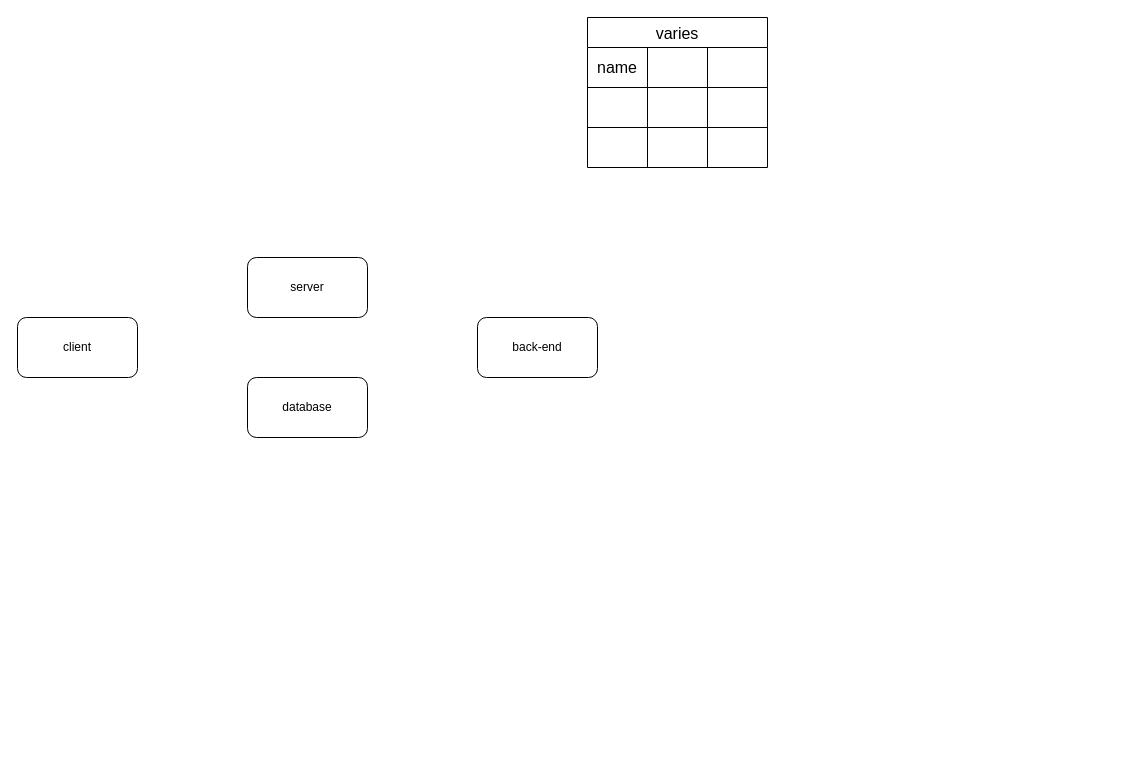
The draw.io diagram all/exun.drawio in musicleaf/iodraw-files, before the edit. Source tidied: cells renumbered, new cells numbered last; positions are measured from the earlier drawing's top-left corner, leaving out a move shared by most shapes. Both pictures are drawn from the tidied source at 100%, with x=0, y=0 at pixel (17, 17).
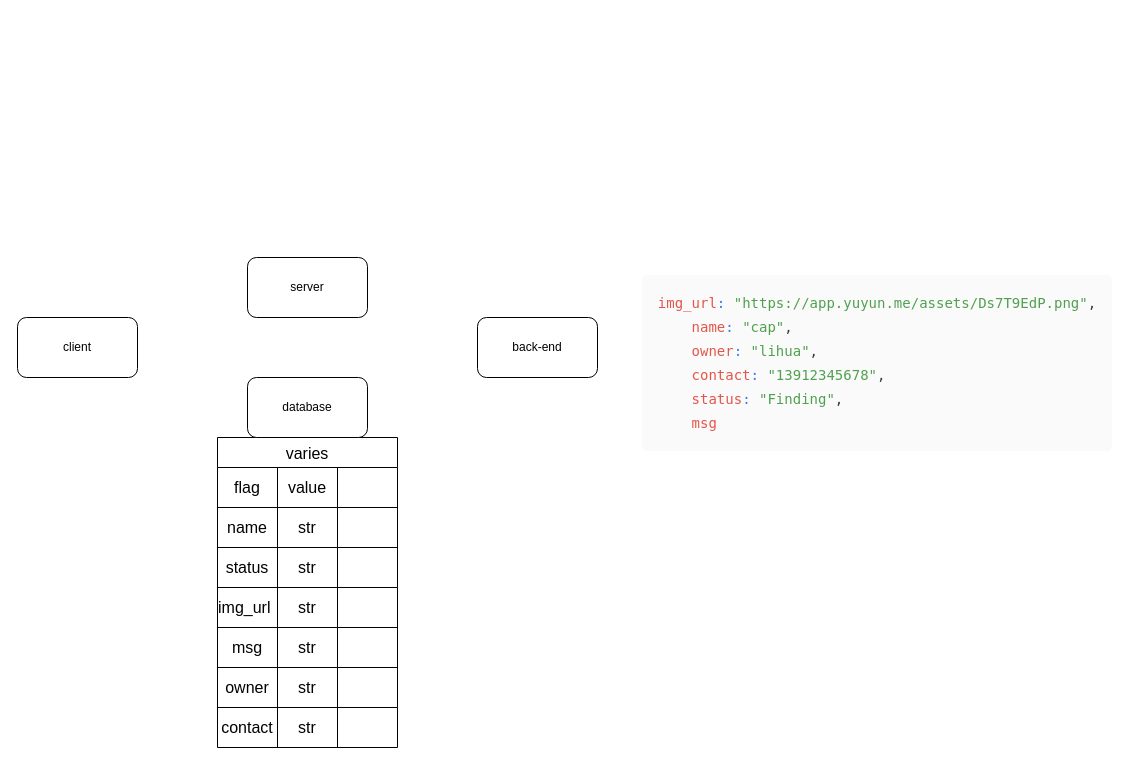
Above is the later version.

Unchanged cells that the change refers to:
```xml
<mxCell id="3" style="shape=tableRow;horizontal=0;startSize=0;swimlaneHead=0;swimlaneBody=0;strokeColor=inherit;top=0;left=0;bottom=0;right=0;fillColor=none;fontSize=16;" parent="2" vertex="1">
  <mxGeometry y="30" width="180" height="40" as="geometry" />
</mxCell>
<mxCell id="7" style="shape=tableRow;horizontal=0;startSize=0;swimlaneHead=0;swimlaneBody=0;strokeColor=inherit;top=0;left=0;bottom=0;right=0;fillColor=none;fontSize=16;" parent="2" vertex="1">
  <mxGeometry y="70" width="180" height="40" as="geometry" />
</mxCell>
<mxCell id="11" style="shape=tableRow;horizontal=0;startSize=0;swimlaneHead=0;swimlaneBody=0;strokeColor=inherit;top=0;left=0;bottom=0;right=0;fillColor=none;fontSize=16;" parent="2" vertex="1">
  <mxGeometry y="110" width="180" height="40" as="geometry" />
</mxCell>
```

Diff of the diagram source:
```diff
@@
     <mxCell id="2" value="varies" style="shape=table;startSize=30;childLayout=tableLayout;strokeColor=default;fontSize=16;" parent="1" vertex="1">
-      <mxGeometry x="570" width="180" height="150" as="geometry" />
+      <mxGeometry x="200" y="420" width="180" height="150" as="geometry" />
     </mxCell>
@@
-    <mxCell id="4" value="name" style="shape=partialRectangle;html=1;whiteSpace=wrap;strokeColor=inherit;overflow=hidden;fillColor=none;top=0;left=0;bottom=0;right=0;fontSize=16;" parent="3" vertex="1">
+    <mxCell id="4" value="flag" style="shape=partialRectangle;html=1;whiteSpace=wrap;strokeColor=inherit;overflow=hidden;fillColor=none;top=0;left=0;bottom=0;right=0;fontSize=16;" parent="3" vertex="1">
       <mxGeometry width="60" height="40" as="geometry" />
     </mxCell>
-    <mxCell id="5" style="shape=partialRectangle;html=1;whiteSpace=wrap;strokeColor=inherit;overflow=hidden;fillColor=none;top=0;left=0;bottom=0;right=0;fontSize=16;" parent="3" vertex="1">
+    <mxCell id="5" value="value" style="shape=partialRectangle;html=1;whiteSpace=wrap;strokeColor=inherit;overflow=hidden;fillColor=none;top=0;left=0;bottom=0;right=0;fontSize=16;" parent="3" vertex="1">
       <mxGeometry x="60" width="60" height="40" as="geometry" />
     </mxCell>
@@
-    <mxCell id="8" style="shape=partialRectangle;html=1;whiteSpace=wrap;strokeColor=inherit;overflow=hidden;fillColor=none;top=0;left=0;bottom=0;right=0;fontSize=16;" parent="7" vertex="1">
+    <mxCell id="8" value="name" style="shape=partialRectangle;html=1;whiteSpace=wrap;strokeColor=inherit;overflow=hidden;fillColor=none;top=0;left=0;bottom=0;right=0;fontSize=16;" parent="7" vertex="1">
       <mxGeometry width="60" height="40" as="geometry" />
     </mxCell>
-    <mxCell id="9" style="shape=partialRectangle;html=1;whiteSpace=wrap;strokeColor=inherit;overflow=hidden;fillColor=none;top=0;left=0;bottom=0;right=0;fontSize=16;" parent="7" vertex="1">
+    <mxCell id="9" value="str" style="shape=partialRectangle;html=1;whiteSpace=wrap;strokeColor=inherit;overflow=hidden;fillColor=none;top=0;left=0;bottom=0;right=0;fontSize=16;" parent="7" vertex="1">
       <mxGeometry x="60" width="60" height="40" as="geometry" />
     </mxCell>
@@
-    <mxCell id="12" style="shape=partialRectangle;html=1;whiteSpace=wrap;strokeColor=inherit;overflow=hidden;fillColor=none;top=0;left=0;bottom=0;right=0;fontSize=16;" parent="11" vertex="1">
+    <mxCell id="12" value="status" style="shape=partialRectangle;html=1;whiteSpace=wrap;strokeColor=inherit;overflow=hidden;fillColor=none;top=0;left=0;bottom=0;right=0;fontSize=16;" parent="11" vertex="1">
       <mxGeometry width="60" height="40" as="geometry" />
     </mxCell>
-    <mxCell id="13" style="shape=partialRectangle;html=1;whiteSpace=wrap;strokeColor=inherit;overflow=hidden;fillColor=none;top=0;left=0;bottom=0;right=0;fontSize=16;" parent="11" vertex="1">
+    <mxCell id="13" value="str" style="shape=partialRectangle;html=1;whiteSpace=wrap;strokeColor=inherit;overflow=hidden;fillColor=none;top=0;left=0;bottom=0;right=0;fontSize=16;" parent="11" vertex="1">
       <mxGeometry x="60" width="60" height="40" as="geometry" />
     </mxCell>
@@
+    <mxCell id="19" value="&lt;pre style=&quot;margin: 0.5em 0px; padding: 1em; border: 0px; font-style: normal; font-variant-ligatures: normal; font-variant-caps: normal; font-variant-numeric: inherit; font-variant-east-asian: inherit; font-variant-alternates: inherit; font-variant-position: inherit; font-variant-emoji: inherit; font-weight: 400; font-stretch: inherit; font-size: 16px; line-height: 1.5; font-family: &amp;quot;Fira Code&amp;quot;, &amp;quot;Fira Mono&amp;quot;, Menlo, Consolas, &amp;quot;DejaVu Sans Mono&amp;quot;, monospace; font-optical-sizing: inherit; font-size-adjust: inherit; font-kerning: inherit; font-feature-settings: inherit; font-variation-settings: inherit; vertical-align: baseline; background: rgb(250, 250, 250); border-radius: 0.3em; letter-spacing: normal; orphans: 2; text-indent: 0px; text-transform: none; widows: 2; word-spacing: normal; -webkit-text-stroke-width: 0px; text-decoration-thickness: initial; text-decoration-style: initial; text-decoration-color: initial; color: rgb(56, 58, 66); direction: ltr; text-align: left; white-space: pre; word-break: normal; tab-size: 2; hyphens: none; overflow: auto;&quot; class=&quot;hyc-common-markdown__code-lan&quot;&gt;&lt;code style=&quot;margin: 0px; padding: 0px; border: 0px; font-style: inherit; font-variant: inherit; font-weight: inherit; font-stretch: inherit; font-size: 14px; line-height: 1.5; font-family: &amp;quot;Fira Code&amp;quot;, &amp;quot;Fira Mono&amp;quot;, Menlo, Consolas, &amp;quot;DejaVu Sans Mono&amp;quot;, monospace; font-optical-sizing: inherit; font-size-adjust: inherit; font-kerning: inherit; font-feature-settings: inherit; font-variation-settings: inherit; vertical-align: baseline; word-break: normal; background: rgb(250, 250, 250); white-space: pre; color: rgb(56, 58, 66); direction: ltr; text-align: left; word-spacing: normal; tab-size: 2; hyphens: none;&quot; class=&quot;language-javascript&quot;&gt;&lt;span style=&quot;margin: 0px; padding: 0px; border: 0px; font: inherit; vertical-align: baseline; color: rgb(228, 86, 73);&quot; class=&quot;token literal-property&quot;&gt;img_url&lt;/span&gt;&lt;span style=&quot;margin: 0px; padding: 0px; border: 0px; font: inherit; vertical-align: baseline; color: rgb(64, 120, 242);&quot; class=&quot;token&quot;&gt;:&lt;/span&gt;&lt;span style=&quot;margin: 0px; padding: 0px; border: 0px; font: inherit; vertical-align: baseline;&quot;&gt; &lt;/span&gt;&lt;span style=&quot;margin: 0px; padding: 0px; border: 0px; font: inherit; vertical-align: baseline; color: rgb(80, 161, 79);&quot; class=&quot;token&quot;&gt;&quot;https://app.yuyun.me/assets/Ds7T9EdP.png&quot;&lt;/span&gt;&lt;span style=&quot;margin: 0px; padding: 0px; border: 0px; font: inherit; vertical-align: baseline; color: rgb(56, 58, 66);&quot; class=&quot;token&quot;&gt;,&lt;/span&gt;&lt;span style=&quot;margin: 0px; padding: 0px; border: 0px; font: inherit; vertical-align: baseline;&quot;&gt;&#10;&lt;/span&gt;&lt;span style=&quot;margin: 0px; padding: 0px; border: 0px; font: inherit; vertical-align: baseline;&quot;&gt;    &lt;/span&gt;&lt;span style=&quot;margin: 0px; padding: 0px; border: 0px; font: inherit; vertical-align: baseline; color: rgb(228, 86, 73);&quot; class=&quot;token literal-property&quot;&gt;name&lt;/span&gt;&lt;span style=&quot;margin: 0px; padding: 0px; border: 0px; font: inherit; vertical-align: baseline; color: rgb(64, 120, 242);&quot; class=&quot;token&quot;&gt;:&lt;/span&gt;&lt;span style=&quot;margin: 0px; padding: 0px; border: 0px; font: inherit; vertical-align: baseline;&quot;&gt; &lt;/span&gt;&lt;span style=&quot;margin: 0px; padding: 0px; border: 0px; font: inherit; vertical-align: baseline; color: rgb(80, 161, 79);&quot; class=&quot;token&quot;&gt;&quot;cap&quot;&lt;/span&gt;&lt;span style=&quot;margin: 0px; padding: 0px; border: 0px; font: inherit; vertical-align: baseline; color: rgb(56, 58, 66);&quot; class=&quot;token&quot;&gt;,&lt;/span&gt;&lt;span style=&quot;margin: 0px; padding: 0px; border: 0px; font: inherit; vertical-align: baseline;&quot;&gt;&#10;&lt;/span&gt;&lt;span style=&quot;margin: 0px; padding: 0px; border: 0px; font: inherit; vertical-align: baseline;&quot;&gt;    &lt;/span&gt;&lt;span style=&quot;margin: 0px; padding: 0px; border: 0px; font: inherit; vertical-align: baseline; color: rgb(228, 86, 73);&quot; class=&quot;token literal-property&quot;&gt;owner&lt;/span&gt;&lt;span style=&quot;margin: 0px; padding: 0px; border: 0px; font: inherit; vertical-align: baseline; color: rgb(64, 120, 242);&quot; class=&quot;token&quot;&gt;:&lt;/span&gt;&lt;span style=&quot;margin: 0px; padding: 0px; border: 0px; font: inherit; vertical-align: baseline;&quot;&gt; &lt;/span&gt;&lt;span style=&quot;margin: 0px; padding: 0px; border: 0px; font: inherit; vertical-align: baseline; color: rgb(80, 161, 79);&quot; class=&quot;token&quot;&gt;&quot;lihua&quot;&lt;/span&gt;&lt;span style=&quot;margin: 0px; padding: 0px; border: 0px; font: inherit; vertical-align: baseline; color: rgb(56, 58, 66);&quot; class=&quot;token&quot;&gt;,&lt;/span&gt;&lt;span style=&quot;margin: 0px; padding: 0px; border: 0px; font: inherit; vertical-align: baseline;&quot;&gt;&#10;&lt;/span&gt;&lt;span style=&quot;margin: 0px; padding: 0px; border: 0px; font: inherit; vertical-align: baseline;&quot;&gt;    &lt;/span&gt;&lt;span style=&quot;margin: 0px; padding: 0px; border: 0px; font: inherit; vertical-align: baseline; color: rgb(228, 86, 73);&quot; class=&quot;token literal-property&quot;&gt;contact&lt;/span&gt;&lt;span style=&quot;margin: 0px; padding: 0px; border: 0px; font: inherit; vertical-align: baseline; color: rgb(64, 120, 242);&quot; class=&quot;token&quot;&gt;:&lt;/span&gt;&lt;span style=&quot;margin: 0px; padding: 0px; border: 0px; font: inherit; vertical-align: baseline;&quot;&gt; &lt;/span&gt;&lt;span style=&quot;margin: 0px; padding: 0px; border: 0px; font: inherit; vertical-align: baseline; color: rgb(80, 161, 79);&quot; class=&quot;token&quot;&gt;&quot;13912345678&quot;&lt;/span&gt;&lt;span style=&quot;margin: 0px; padding: 0px; border: 0px; font: inherit; vertical-align: baseline; color: rgb(56, 58, 66);&quot; class=&quot;token&quot;&gt;,&lt;/span&gt;&lt;span style=&quot;margin: 0px; padding: 0px; border: 0px; font: inherit; vertical-align: baseline;&quot;&gt;&#10;&lt;/span&gt;&lt;span style=&quot;margin: 0px; padding: 0px; border: 0px; font: inherit; vertical-align: baseline;&quot;&gt;    &lt;/span&gt;&lt;span style=&quot;margin: 0px; padding: 0px; border: 0px; font: inherit; vertical-align: baseline; color: rgb(228, 86, 73);&quot; class=&quot;token literal-property&quot;&gt;status&lt;/span&gt;&lt;span style=&quot;margin: 0px; padding: 0px; border: 0px; font: inherit; vertical-align: baseline; color: rgb(64, 120, 242);&quot; class=&quot;token&quot;&gt;:&lt;/span&gt;&lt;span style=&quot;margin: 0px; padding: 0px; border: 0px; font: inherit; vertical-align: baseline;&quot;&gt; &lt;/span&gt;&lt;span style=&quot;margin: 0px; padding: 0px; border: 0px; font: inherit; vertical-align: baseline; color: rgb(80, 161, 79);&quot; class=&quot;token&quot;&gt;&quot;Finding&quot;&lt;/span&gt;&lt;span style=&quot;margin: 0px; padding: 0px; border: 0px; font: inherit; vertical-align: baseline; color: rgb(56, 58, 66);&quot; class=&quot;token&quot;&gt;,&lt;/span&gt;&lt;span style=&quot;margin: 0px; padding: 0px; border: 0px; font: inherit; vertical-align: baseline;&quot;&gt;&#10;&lt;/span&gt;&lt;span style=&quot;margin: 0px; padding: 0px; border: 0px; font: inherit; vertical-align: baseline;&quot;&gt;    &lt;/span&gt;&lt;span style=&quot;margin: 0px; padding: 0px; border: 0px; font: inherit; vertical-align: baseline; color: rgb(228, 86, 73);&quot; class=&quot;token literal-property&quot;&gt;msg&lt;/span&gt;&lt;/code&gt;&lt;/pre&gt;" style="text;html=1;align=center;verticalAlign=middle;whiteSpace=wrap;rounded=0;" parent="1" vertex="1">
+      <mxGeometry x="830" y="330" width="60" height="30" as="geometry" />
+    </mxCell>
+    <mxCell id="20" style="shape=table;startSize=0;childLayout=tableLayout;fontSize=16;" parent="1" vertex="1">
+      <mxGeometry x="200" y="570" width="180" height="120" as="geometry" />
+    </mxCell>
+    <mxCell id="21" style="shape=tableRow;horizontal=0;startSize=0;swimlaneHead=0;swimlaneBody=0;strokeColor=inherit;top=0;left=0;bottom=0;right=0;fillColor=none;fontSize=16;" parent="20" vertex="1">
+      <mxGeometry width="180" height="40" as="geometry" />
+    </mxCell>
+    <mxCell id="22" value="img_url&lt;span style=&quot;white-space: pre;&quot;&gt;&#9;&lt;/span&gt;" style="shape=partialRectangle;html=1;whiteSpace=wrap;strokeColor=inherit;overflow=hidden;fillColor=none;top=0;left=0;bottom=0;right=0;fontSize=16;" parent="21" vertex="1">
+      <mxGeometry width="60" height="40" as="geometry" />
+    </mxCell>
+    <mxCell id="23" value="str" style="shape=partialRectangle;html=1;whiteSpace=wrap;strokeColor=inherit;overflow=hidden;fillColor=none;top=0;left=0;bottom=0;right=0;fontSize=16;" parent="21" vertex="1">
+      <mxGeometry x="60" width="60" height="40" as="geometry" />
+    </mxCell>
+    <mxCell id="24" style="shape=partialRectangle;html=1;whiteSpace=wrap;strokeColor=inherit;overflow=hidden;fillColor=none;top=0;left=0;bottom=0;right=0;fontSize=16;" parent="21" vertex="1">
+      <mxGeometry x="120" width="60" height="40" as="geometry" />
+    </mxCell>
+    <mxCell id="25" style="shape=tableRow;horizontal=0;startSize=0;swimlaneHead=0;swimlaneBody=0;strokeColor=inherit;top=0;left=0;bottom=0;right=0;fillColor=none;fontSize=16;" parent="20" vertex="1">
+      <mxGeometry y="40" width="180" height="40" as="geometry" />
+    </mxCell>
+    <mxCell id="26" value="msg" style="shape=partialRectangle;html=1;whiteSpace=wrap;strokeColor=inherit;overflow=hidden;fillColor=none;top=0;left=0;bottom=0;right=0;fontSize=16;" parent="25" vertex="1">
+      <mxGeometry width="60" height="40" as="geometry" />
+    </mxCell>
+    <mxCell id="27" value="str" style="shape=partialRectangle;html=1;whiteSpace=wrap;strokeColor=inherit;overflow=hidden;fillColor=none;top=0;left=0;bottom=0;right=0;fontSize=16;" parent="25" vertex="1">
+      <mxGeometry x="60" width="60" height="40" as="geometry" />
+    </mxCell>
+    <mxCell id="28" style="shape=partialRectangle;html=1;whiteSpace=wrap;strokeColor=inherit;overflow=hidden;fillColor=none;top=0;left=0;bottom=0;right=0;fontSize=16;" parent="25" vertex="1">
+      <mxGeometry x="120" width="60" height="40" as="geometry" />
+    </mxCell>
+    <mxCell id="29" style="shape=tableRow;horizontal=0;startSize=0;swimlaneHead=0;swimlaneBody=0;strokeColor=inherit;top=0;left=0;bottom=0;right=0;fillColor=none;fontSize=16;" parent="20" vertex="1">
+      <mxGeometry y="80" width="180" height="40" as="geometry" />
+    </mxCell>
+    <mxCell id="30" value="owner" style="shape=partialRectangle;html=1;whiteSpace=wrap;strokeColor=inherit;overflow=hidden;fillColor=none;top=0;left=0;bottom=0;right=0;fontSize=16;" parent="29" vertex="1">
+      <mxGeometry width="60" height="40" as="geometry" />
+    </mxCell>
+    <mxCell id="31" value="str" style="shape=partialRectangle;html=1;whiteSpace=wrap;strokeColor=inherit;overflow=hidden;fillColor=none;top=0;left=0;bottom=0;right=0;fontSize=16;" parent="29" vertex="1">
+      <mxGeometry x="60" width="60" height="40" as="geometry" />
+    </mxCell>
+    <mxCell id="32" style="shape=partialRectangle;html=1;whiteSpace=wrap;strokeColor=inherit;overflow=hidden;fillColor=none;top=0;left=0;bottom=0;right=0;fontSize=16;" parent="29" vertex="1">
+      <mxGeometry x="120" width="60" height="40" as="geometry" />
+    </mxCell>
+    <mxCell id="33" style="shape=table;startSize=0;childLayout=tableLayout;fontSize=16;" parent="1" vertex="1">
+      <mxGeometry x="200" y="690" width="180" height="40" as="geometry" />
+    </mxCell>
+    <mxCell id="34" style="shape=tableRow;horizontal=0;startSize=0;swimlaneHead=0;swimlaneBody=0;strokeColor=inherit;top=0;left=0;bottom=0;right=0;fillColor=none;fontSize=16;" parent="33" vertex="1">
+      <mxGeometry width="180" height="40" as="geometry" />
+    </mxCell>
+    <mxCell id="35" value="contact" style="shape=partialRectangle;html=1;whiteSpace=wrap;strokeColor=inherit;overflow=hidden;fillColor=none;top=0;left=0;bottom=0;right=0;fontSize=16;" parent="34" vertex="1">
+      <mxGeometry width="60" height="40" as="geometry" />
+    </mxCell>
+    <mxCell id="36" value="str" style="shape=partialRectangle;html=1;whiteSpace=wrap;strokeColor=inherit;overflow=hidden;fillColor=none;top=0;left=0;bottom=0;right=0;fontSize=16;" parent="34" vertex="1">
+      <mxGeometry x="60" width="60" height="40" as="geometry" />
+    </mxCell>
+    <mxCell id="37" style="shape=partialRectangle;html=1;whiteSpace=wrap;strokeColor=inherit;overflow=hidden;fillColor=none;top=0;left=0;bottom=0;right=0;fontSize=16;" parent="34" vertex="1">
+      <mxGeometry x="120" width="60" height="40" as="geometry" />
+    </mxCell>
```
